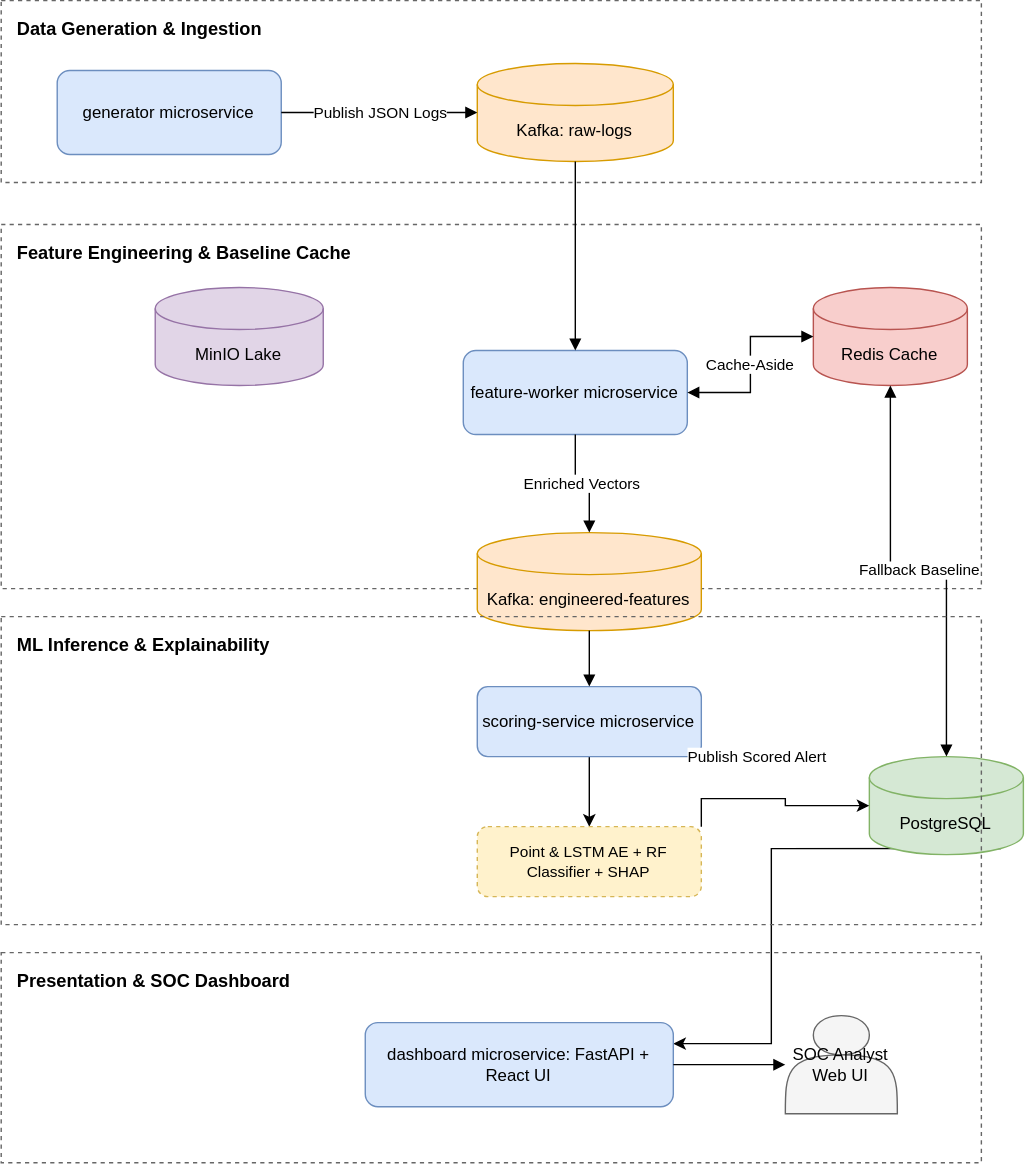
The draw.io diagram docs/architecture.svg in sohamkanhe/Honeywell-Behavioral-Anomaly-AI, before a commit. Source tidied: cells renumbered, new cells last; positions are measured from the earlier drawing's top-left corner, leaving out a move shared by most shapes.
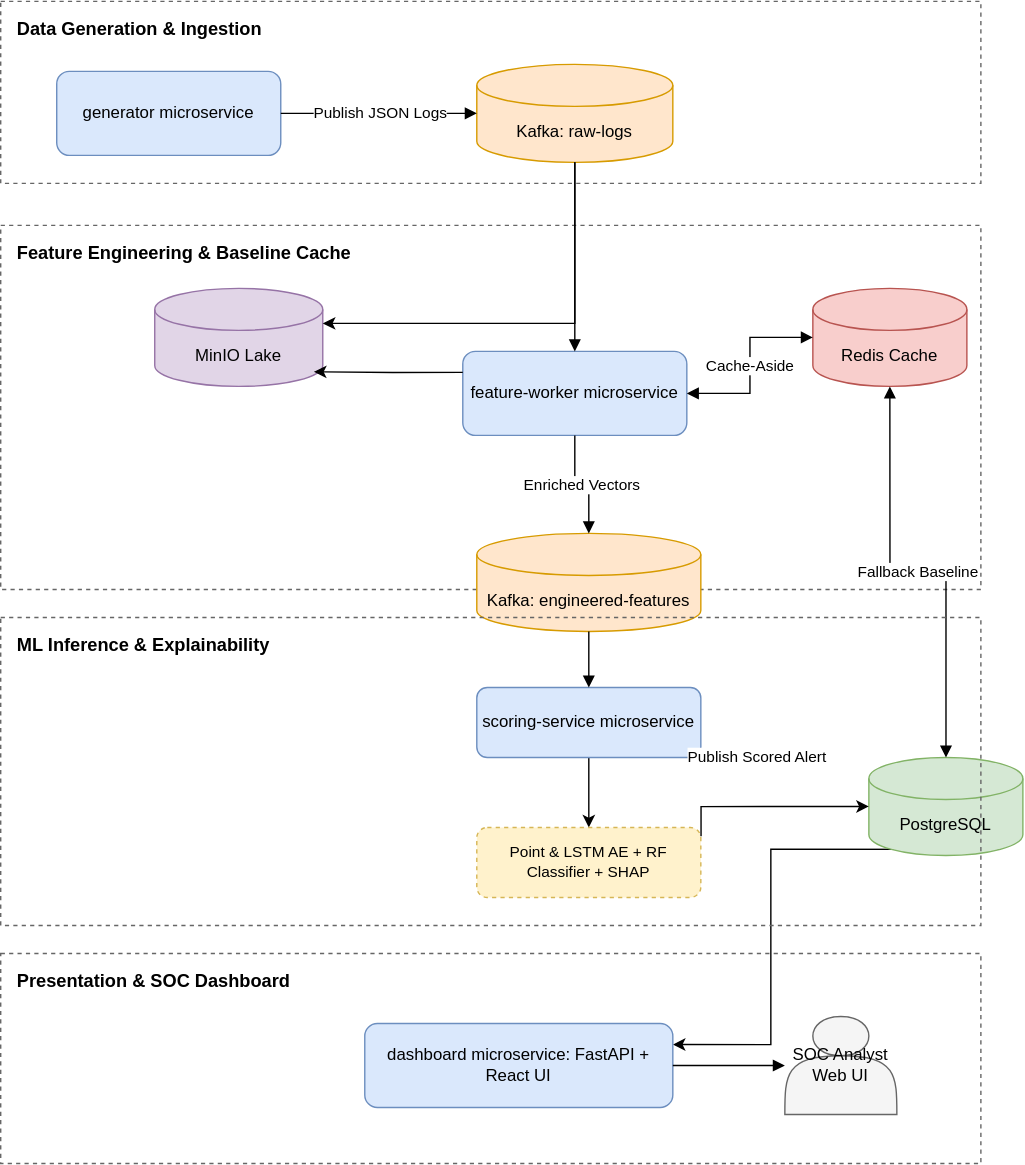
Above is the later version.

Commit message:
Update architecture diagram

The edit, as a diff of the source:
```diff
@@ -83,8 +83,19 @@
     <mxCell id="26" style="edgeStyle=orthogonalEdgeStyle;rounded=0;html=1;fontSize=11;endArrow=block;" parent="1" edge="1" source="24" target="25">
       <mxGeometry relative="1" as="geometry" />
     </mxCell>
-    <mxCell id="27" style="edgeStyle=orthogonalEdgeStyle;rounded=0;jettySize=auto;html=1;exitX=1;exitY=0;exitDx=0;exitDy=0;entryX=0;entryY=0.5;entryDx=0;entryDy=0;entryPerimeter=0;" parent="1" edge="1" source="20" target="10">
-      <mxGeometry relative="1" as="geometry" />
-    </mxCell>
+    <mxCell id="28" style="edgeStyle=orthogonalEdgeStyle;rounded=0;jettySize=auto;html=1;exitX=1.001;exitY=0.124;exitDx=0;exitDy=0;exitPerimeter=0;" parent="1" edge="1" source="20">
+      <mxGeometry relative="1" as="geometry">
+        <mxPoint x="620" y="575" as="targetPoint" />
+        <Array as="points">
+          <mxPoint x="500.2" y="575" />
+        </Array>
+      </mxGeometry>
+    </mxCell>
+    <mxCell id="29" style="edgeStyle=orthogonalEdgeStyle;rounded=0;jettySize=auto;html=1;exitX=0;exitY=0.25;exitDx=0;exitDy=0;entryX=0.947;entryY=0.851;entryDx=0;entryDy=0;entryPerimeter=0;" parent="1" edge="1" source="7" target="11">
+      <mxGeometry relative="1" as="geometry" />
+    </mxCell>
+    <mxCell id="30" style="edgeStyle=orthogonalEdgeStyle;rounded=0;jettySize=auto;html=1;exitX=0.5;exitY=1;exitDx=0;exitDy=0;exitPerimeter=0;entryX=1;entryY=0;entryDx=0;entryDy=25;entryPerimeter=0;" parent="1" edge="1" source="4" target="11">
+      <mxGeometry relative="1" as="geometry" />
+    </mxCell>
   </root>
 </mxGraphModel>
```
